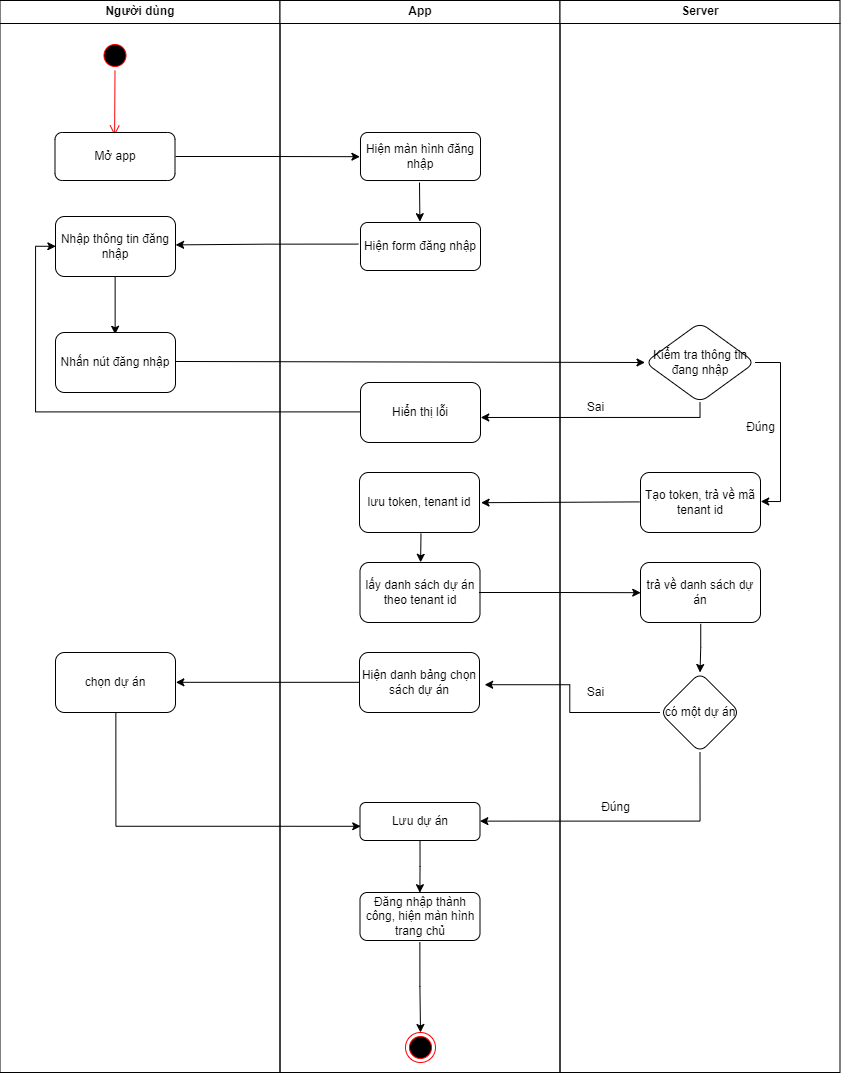
Earlier version of the draw.io export activity diagram/login activity.drawio.png (kienndhn/draw-io). Source tidied: cells renumbered, new cells last; positions are measured from the earlier drawing's top-left corner, leaving out a move shared by most shapes. Source of this version:
```xml
<mxGraphModel>
  <root>
    <mxCell id="0" />
    <mxCell id="1" parent="0" />
    <mxCell id="2" value="Người dùng" style="swimlane;whiteSpace=wrap;" parent="1" vertex="1">
      <mxGeometry x="0.5" width="280" height="1072" as="geometry" />
    </mxCell>
    <mxCell id="3" style="ellipse;shape=startState;fillColor=#000000;strokeColor=#ff0000;" parent="2" vertex="1">
      <mxGeometry x="100" y="40" width="30" height="30" as="geometry" />
    </mxCell>
    <mxCell id="4" style="edgeStyle=elbowEdgeStyle;elbow=horizontal;verticalAlign=bottom;endArrow=open;endSize=8;strokeColor=#FF0000;endFill=1;rounded=0;" parent="2" edge="1" source="3">
      <mxGeometry x="100" y="40" as="geometry">
        <mxPoint x="115" y="135" as="targetPoint" />
      </mxGeometry>
    </mxCell>
    <mxCell id="5" value="Mở app" style="rounded=1;whiteSpace=wrap;html=1;" parent="2" vertex="1">
      <mxGeometry x="55" y="132" width="120" height="48" as="geometry" />
    </mxCell>
    <mxCell id="6" style="edgeStyle=orthogonalEdgeStyle;rounded=0;jettySize=auto;html=1;entryX=0.497;entryY=0.03;entryDx=0;entryDy=0;entryPerimeter=0;exitX=0.497;exitY=1.003;exitDx=0;exitDy=0;exitPerimeter=0;" parent="2" edge="1" source="7" target="8">
      <mxGeometry relative="1" as="geometry" />
    </mxCell>
    <mxCell id="7" value="Nhập thông tin đăng nhập" style="rounded=1;whiteSpace=wrap;html=1;" parent="2" vertex="1">
      <mxGeometry x="55.5" y="216" width="120" height="60" as="geometry" />
    </mxCell>
    <mxCell id="8" value="Nhấn nút đăng nhập" style="rounded=1;whiteSpace=wrap;html=1;" parent="2" vertex="1">
      <mxGeometry x="55.5" y="332" width="120" height="60" as="geometry" />
    </mxCell>
    <mxCell id="9" value="chọn dự án" style="rounded=1;whiteSpace=wrap;html=1;" parent="2" vertex="1">
      <mxGeometry x="55.5" y="652" width="120" height="60" as="geometry" />
    </mxCell>
    <mxCell id="10" value="App" style="swimlane;whiteSpace=wrap;" parent="1" vertex="1">
      <mxGeometry x="280.5" width="280" height="1072" as="geometry" />
    </mxCell>
    <mxCell id="11" style="edgeStyle=orthogonalEdgeStyle;rounded=0;jettySize=auto;html=1;entryX=0.495;entryY=-0.017;entryDx=0;entryDy=0;entryPerimeter=0;" parent="10" edge="1" target="13">
      <mxGeometry relative="1" as="geometry">
        <mxPoint x="139.5" y="182" as="sourcePoint" />
      </mxGeometry>
    </mxCell>
    <mxCell id="12" value="Hiện màn hình đăng nhập" style="rounded=1;whiteSpace=wrap;html=1;" parent="10" vertex="1">
      <mxGeometry x="80.5" y="132" width="120" height="48" as="geometry" />
    </mxCell>
    <mxCell id="13" value="Hiện form đăng nhập" style="rounded=1;whiteSpace=wrap;html=1;fillColor=rgb(255, 255, 255);strokeColor=rgb(0, 0, 0);fontColor=rgb(0, 0, 0);" parent="10" vertex="1">
      <mxGeometry x="80.5" y="222" width="120" height="48" as="geometry" />
    </mxCell>
    <mxCell id="14" style="edgeStyle=orthogonalEdgeStyle;rounded=0;jettySize=auto;html=1;entryX=0.505;entryY=-0.003;entryDx=0;entryDy=0;entryPerimeter=0;" parent="10" edge="1" target="16">
      <mxGeometry relative="1" as="geometry">
        <mxPoint x="141" y="533" as="sourcePoint" />
      </mxGeometry>
    </mxCell>
    <mxCell id="15" value="lưu token, tenant id" style="rounded=1;whiteSpace=wrap;html=1;" parent="10" vertex="1">
      <mxGeometry x="79.5" y="472" width="120" height="60" as="geometry" />
    </mxCell>
    <mxCell id="16" value="lấy danh sách dự án theo tenant id" style="rounded=1;whiteSpace=wrap;html=1;" parent="10" vertex="1">
      <mxGeometry x="80" y="562" width="120" height="60" as="geometry" />
    </mxCell>
    <mxCell id="17" style="edgeStyle=orthogonalEdgeStyle;rounded=0;jettySize=auto;html=1;entryX=0.499;entryY=0.004;entryDx=0;entryDy=0;entryPerimeter=0;" parent="10" edge="1" source="18" target="19">
      <mxGeometry relative="1" as="geometry" />
    </mxCell>
    <mxCell id="18" value="Lưu dự án" style="rounded=1;whiteSpace=wrap;html=1;" parent="10" vertex="1">
      <mxGeometry x="80" y="802" width="120" height="38" as="geometry" />
    </mxCell>
    <mxCell id="19" value="Đăng nhập thành công, hiện màn hình trang chủ" style="rounded=1;whiteSpace=wrap;html=1;fillColor=rgb(255, 255, 255);strokeColor=rgb(0, 0, 0);fontColor=rgb(0, 0, 0);" parent="10" vertex="1">
      <mxGeometry x="80" y="892" width="120" height="48" as="geometry" />
    </mxCell>
    <mxCell id="20" value="Hiện danh bảng chọn sách dự án" style="rounded=1;whiteSpace=wrap;html=1;" parent="10" vertex="1">
      <mxGeometry x="79.5" y="652" width="120" height="60" as="geometry" />
    </mxCell>
    <mxCell id="21" value="Hiển thị lỗi" style="whiteSpace=wrap;html=1;rounded=1;" parent="10" vertex="1">
      <mxGeometry x="80.5" y="382" width="120" height="60" as="geometry" />
    </mxCell>
    <mxCell id="22" style="ellipse;html=1;shape=endState;fillColor=#000000;strokeColor=#ff0000;rounded=1;" parent="10" vertex="1">
      <mxGeometry x="125.5" y="1032" width="30" height="30" as="geometry" />
    </mxCell>
    <mxCell id="23" style="edgeStyle=orthogonalEdgeStyle;rounded=0;jettySize=auto;html=1;entryX=0.5;entryY=0;entryDx=0;entryDy=0;exitX=0.499;exitY=1.037;exitDx=0;exitDy=0;exitPerimeter=0;" parent="10" edge="1" source="19" target="22">
      <mxGeometry relative="1" as="geometry" />
    </mxCell>
    <mxCell id="24" value="Server" style="swimlane;whiteSpace=wrap;" parent="1" vertex="1">
      <mxGeometry x="560.5" width="280" height="1072" as="geometry" />
    </mxCell>
    <mxCell id="25" style="edgeStyle=orthogonalEdgeStyle;rounded=0;jettySize=auto;html=1;entryX=1.002;entryY=0.483;entryDx=0;entryDy=0;entryPerimeter=0;exitX=1;exitY=0.5;exitDx=0;exitDy=0;" parent="24" edge="1" source="26" target="27">
      <mxGeometry relative="1" as="geometry" />
    </mxCell>
    <mxCell id="26" value="Kiểm tra thông tin đang nhập" style="rhombus;whiteSpace=wrap;html=1;fillColor=rgb(255, 255, 255);strokeColor=rgb(0, 0, 0);fontColor=rgb(0, 0, 0);rounded=1;" parent="24" vertex="1">
      <mxGeometry x="85" y="322" width="110" height="80" as="geometry" />
    </mxCell>
    <mxCell id="27" value="Tạo token, trả về mã tenant id" style="rounded=1;whiteSpace=wrap;html=1;" parent="24" vertex="1">
      <mxGeometry x="80.5" y="472" width="120" height="60" as="geometry" />
    </mxCell>
    <mxCell id="28" value="Đúng" style="text;html=1;align=center;verticalAlign=middle;strokeColor=none;fillColor=none;" parent="24" vertex="1">
      <mxGeometry x="175.5" y="412" width="50" height="30" as="geometry" />
    </mxCell>
    <mxCell id="29" style="edgeStyle=orthogonalEdgeStyle;rounded=0;jettySize=auto;html=1;entryX=0.5;entryY=0;entryDx=0;entryDy=0;exitX=0.502;exitY=1.023;exitDx=0;exitDy=0;exitPerimeter=0;" parent="24" edge="1" source="30" target="31">
      <mxGeometry relative="1" as="geometry" />
    </mxCell>
    <mxCell id="30" value="trả về danh sách dự án" style="rounded=1;whiteSpace=wrap;html=1;" parent="24" vertex="1">
      <mxGeometry x="80.5" y="562" width="120" height="60" as="geometry" />
    </mxCell>
    <mxCell id="31" value="có một dự án" style="rhombus;whiteSpace=wrap;html=1;rounded=1;" parent="24" vertex="1">
      <mxGeometry x="100" y="672" width="80" height="80" as="geometry" />
    </mxCell>
    <mxCell id="32" value="Đúng" style="text;html=1;align=center;verticalAlign=middle;strokeColor=none;fillColor=none;" parent="24" vertex="1">
      <mxGeometry x="30.5" y="792" width="50" height="30" as="geometry" />
    </mxCell>
    <mxCell id="33" value="Sai" style="text;html=1;align=center;verticalAlign=middle;strokeColor=none;fillColor=none;" parent="24" vertex="1">
      <mxGeometry x="15.5" y="392" width="40" height="30" as="geometry" />
    </mxCell>
    <mxCell id="34" style="edgeStyle=orthogonalEdgeStyle;rounded=0;jettySize=auto;html=1;entryX=-0.005;entryY=0.504;entryDx=0;entryDy=0;entryPerimeter=0;" parent="1" edge="1" target="12">
      <mxGeometry relative="1" as="geometry">
        <mxPoint x="176" y="156" as="sourcePoint" />
      </mxGeometry>
    </mxCell>
    <mxCell id="35" style="edgeStyle=orthogonalEdgeStyle;rounded=0;jettySize=auto;html=1;entryX=1.001;entryY=0.473;entryDx=0;entryDy=0;entryPerimeter=0;exitX=-0.018;exitY=0.45;exitDx=0;exitDy=0;exitPerimeter=0;" parent="1" edge="1" source="13" target="7">
      <mxGeometry relative="1" as="geometry" />
    </mxCell>
    <mxCell id="36" style="rounded=0;jettySize=auto;html=1;entryX=0;entryY=0.5;entryDx=0;entryDy=0;exitX=0.997;exitY=0.483;exitDx=0;exitDy=0;exitPerimeter=0;" parent="1" edge="1" source="8" target="26">
      <mxGeometry relative="1" as="geometry" />
    </mxCell>
    <mxCell id="37" style="edgeStyle=none;rounded=0;jettySize=auto;html=1;exitX=-0.007;exitY=0.49;exitDx=0;exitDy=0;exitPerimeter=0;entryX=1.013;entryY=0.503;entryDx=0;entryDy=0;entryPerimeter=0;" parent="1" edge="1" source="27" target="15">
      <mxGeometry relative="1" as="geometry" />
    </mxCell>
    <mxCell id="38" style="edgeStyle=orthogonalEdgeStyle;rounded=0;jettySize=auto;html=1;exitX=0.992;exitY=0.5;exitDx=0;exitDy=0;exitPerimeter=0;entryX=0.002;entryY=0.503;entryDx=0;entryDy=0;entryPerimeter=0;" parent="1" edge="1" source="16" target="30">
      <mxGeometry relative="1" as="geometry" />
    </mxCell>
    <mxCell id="39" style="edgeStyle=orthogonalEdgeStyle;rounded=0;jettySize=auto;html=1;entryX=0.999;entryY=0.49;entryDx=0;entryDy=0;entryPerimeter=0;exitX=0.5;exitY=1;exitDx=0;exitDy=0;" parent="1" edge="1" source="31" target="18">
      <mxGeometry relative="1" as="geometry" />
    </mxCell>
    <mxCell id="40" style="edgeStyle=orthogonalEdgeStyle;rounded=0;jettySize=auto;html=1;exitX=0;exitY=0.5;exitDx=0;exitDy=0;entryX=1.043;entryY=0.537;entryDx=0;entryDy=0;entryPerimeter=0;" parent="1" edge="1" source="31" target="20">
      <mxGeometry relative="1" as="geometry" />
    </mxCell>
    <mxCell id="41" style="edgeStyle=orthogonalEdgeStyle;rounded=0;jettySize=auto;html=1;entryX=1.003;entryY=0.497;entryDx=0;entryDy=0;entryPerimeter=0;exitX=0.003;exitY=0.497;exitDx=0;exitDy=0;exitPerimeter=0;" parent="1" edge="1" source="20" target="9">
      <mxGeometry relative="1" as="geometry" />
    </mxCell>
    <mxCell id="42" style="edgeStyle=orthogonalEdgeStyle;rounded=0;jettySize=auto;html=1;entryX=0.006;entryY=0.626;entryDx=0;entryDy=0;entryPerimeter=0;exitX=0.503;exitY=1.003;exitDx=0;exitDy=0;exitPerimeter=0;" parent="1" edge="1" source="9" target="18">
      <mxGeometry relative="1" as="geometry" />
    </mxCell>
    <mxCell id="43" value="Sai" style="text;html=1;align=center;verticalAlign=middle;strokeColor=none;fillColor=none;" parent="1" vertex="1">
      <mxGeometry x="576" y="677" width="40" height="30" as="geometry" />
    </mxCell>
    <mxCell id="44" style="edgeStyle=orthogonalEdgeStyle;rounded=0;jettySize=auto;html=1;entryX=1.002;entryY=0.583;entryDx=0;entryDy=0;entryPerimeter=0;exitX=0.5;exitY=1;exitDx=0;exitDy=0;" parent="1" edge="1" source="26" target="21">
      <mxGeometry relative="1" as="geometry">
        <Array as="points">
          <mxPoint x="701" y="417" />
        </Array>
      </mxGeometry>
    </mxCell>
    <mxCell id="45" style="edgeStyle=orthogonalEdgeStyle;rounded=0;jettySize=auto;html=1;entryX=0.003;entryY=0.497;entryDx=0;entryDy=0;entryPerimeter=0;exitX=0.002;exitY=0.49;exitDx=0;exitDy=0;exitPerimeter=0;" parent="1" edge="1" source="21" target="7">
      <mxGeometry relative="1" as="geometry">
        <Array as="points">
          <mxPoint x="36" y="411" />
          <mxPoint x="36" y="246" />
        </Array>
      </mxGeometry>
    </mxCell>
  </root>
</mxGraphModel>
```
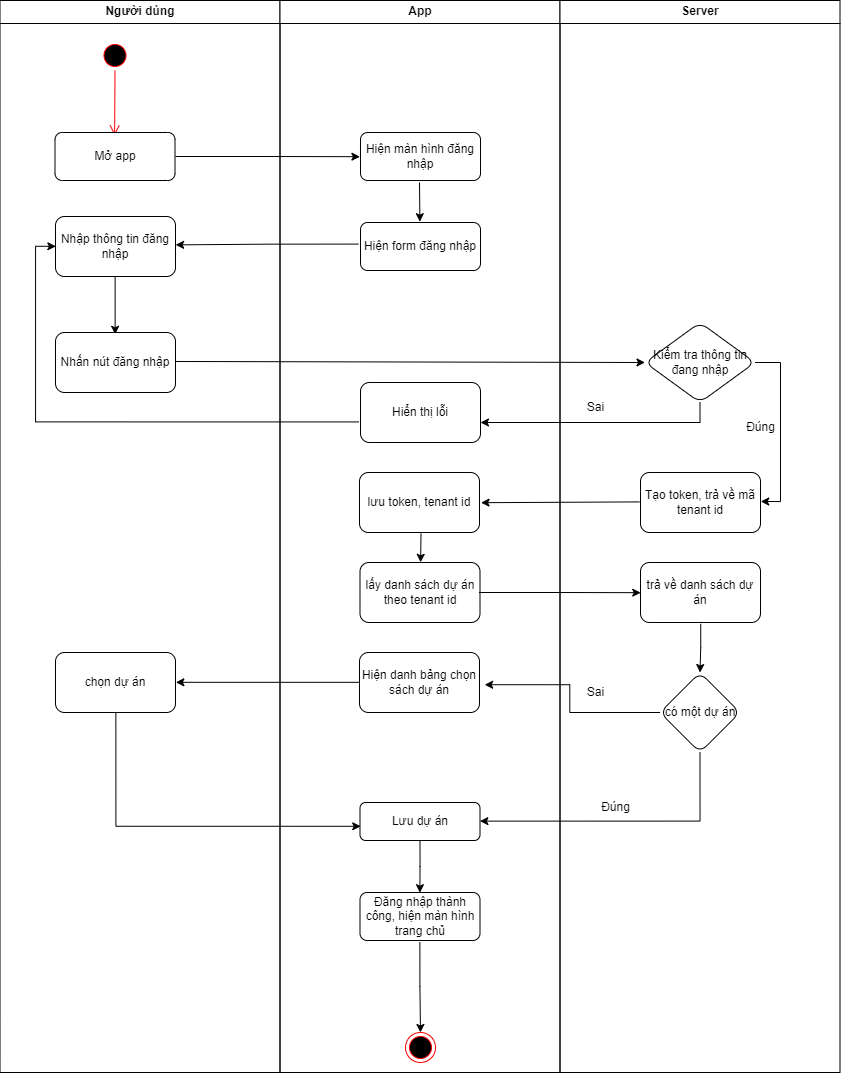
After the commit.

Commit message:
Cập nhật login activity.drawio.png

What changed in the source:
```diff
@@ -136,17 +136,19 @@
     <mxCell id="43" value="Sai" style="text;html=1;align=center;verticalAlign=middle;strokeColor=none;fillColor=none;" parent="1" vertex="1">
       <mxGeometry x="576" y="677" width="40" height="30" as="geometry" />
     </mxCell>
-    <mxCell id="44" style="edgeStyle=orthogonalEdgeStyle;rounded=0;jettySize=auto;html=1;entryX=1.002;entryY=0.583;entryDx=0;entryDy=0;entryPerimeter=0;exitX=0.5;exitY=1;exitDx=0;exitDy=0;" parent="1" edge="1" source="26" target="21">
+    <mxCell id="44" style="edgeStyle=orthogonalEdgeStyle;rounded=0;jettySize=auto;html=1;exitX=0.5;exitY=1;exitDx=0;exitDy=0;" parent="1" edge="1" source="26">
       <mxGeometry relative="1" as="geometry">
+        <mxPoint x="481" y="422" as="targetPoint" />
         <Array as="points">
-          <mxPoint x="701" y="417" />
+          <mxPoint x="701" y="422" />
+          <mxPoint x="481" y="422" />
         </Array>
       </mxGeometry>
     </mxCell>
-    <mxCell id="45" style="edgeStyle=orthogonalEdgeStyle;rounded=0;jettySize=auto;html=1;entryX=0.003;entryY=0.497;entryDx=0;entryDy=0;entryPerimeter=0;exitX=0.002;exitY=0.49;exitDx=0;exitDy=0;exitPerimeter=0;" parent="1" edge="1" source="21" target="7">
+    <mxCell id="45" style="edgeStyle=orthogonalEdgeStyle;rounded=0;jettySize=auto;html=1;entryX=0.003;entryY=0.497;entryDx=0;entryDy=0;entryPerimeter=0;exitX=-0.016;exitY=0.657;exitDx=0;exitDy=0;exitPerimeter=0;" parent="1" edge="1" source="21" target="7">
       <mxGeometry relative="1" as="geometry">
         <Array as="points">
-          <mxPoint x="36" y="411" />
+          <mxPoint x="36" y="421" />
           <mxPoint x="36" y="246" />
         </Array>
       </mxGeometry>
```
